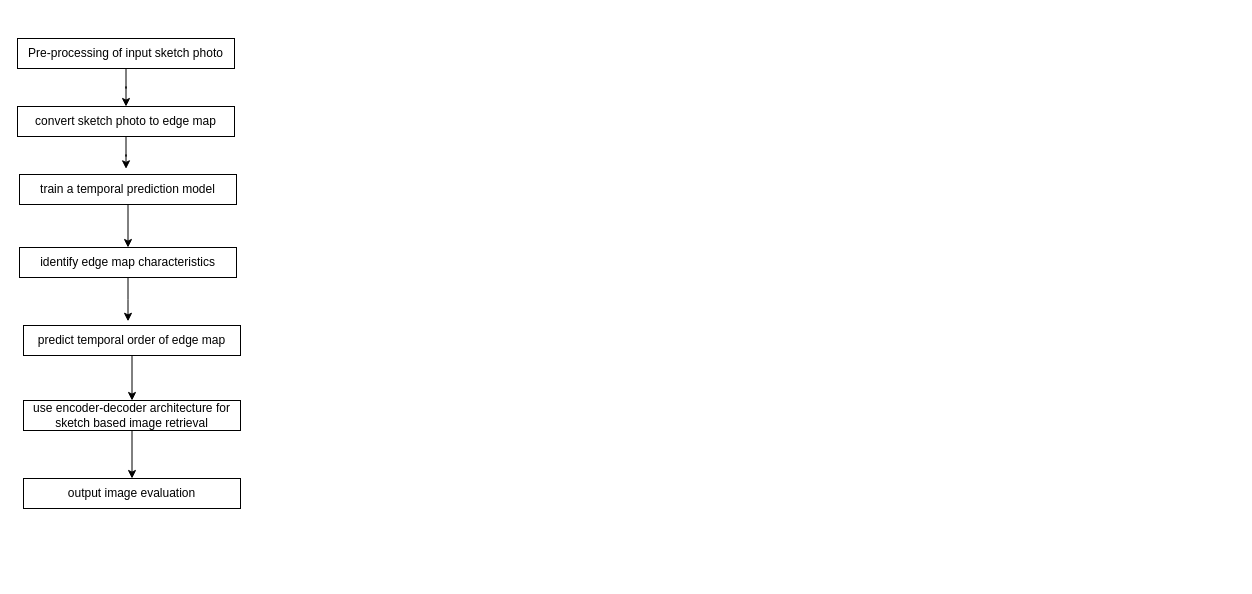
Before: sbirflowdiagramsynopsis.drawio in filzahamjad/DataminingSynopsis_Figures, a draw.io diagram. Source tidied: cells renumbered, new cells numbered last; positions are measured from the earlier drawing's top-left corner, leaving out a move shared by most shapes. Both pictures are drawn from the tidied source at 100%, with x=0, y=0 at pixel (17, 38). Pictures stored in the file or linked from it are replaced by grey dashed boxes.
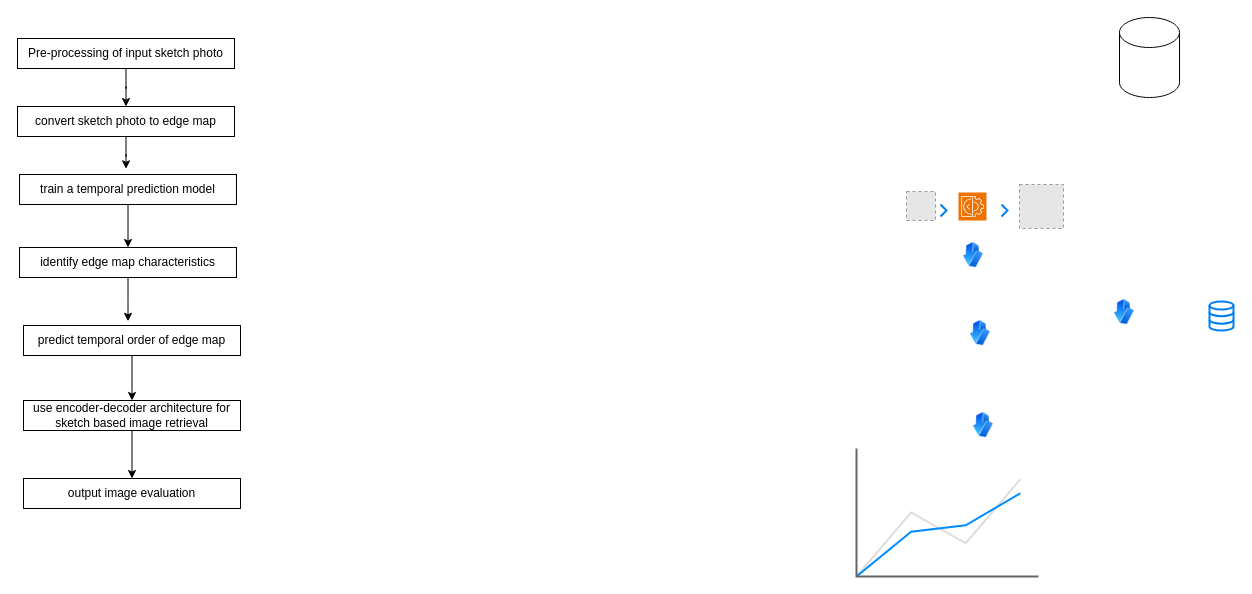
The same page after the edit.

The edit, as a diff of the source:
```diff
@@
+    <mxCell id="15" style="verticalLabelPosition=bottom;shadow=0;dashed=0;align=center;html=1;verticalAlign=top;strokeWidth=1;shape=mxgraph.mockup.graphics.lineChart;strokeColor=none;strokeColor2=#666666;strokeColor3=#008cff;strokeColor4=#dddddd;" parent="1" vertex="1">
+      <mxGeometry x="839" y="410" width="182" height="128" as="geometry" />
+    </mxCell>
+    <mxCell id="16" style="fillColor=#E6E6E6;strokeColor=#999999;dashed=1;html=1;verticalAlign=top;verticalLabelPosition=bottom;labelBackgroundColor=#ffffff;" parent="1" vertex="1">
+      <mxGeometry x="889" y="153" width="29" height="29" as="geometry" />
+    </mxCell>
+    <mxCell id="17" style="fillColor=#E6E6E6;strokeColor=#999999;dashed=1;html=1;verticalAlign=top;verticalLabelPosition=bottom;labelBackgroundColor=#ffffff;" parent="1" vertex="1">
+      <mxGeometry x="1002" y="146" width="44" height="44" as="geometry" />
+    </mxCell>
+    <mxCell id="18" style="sketch=0;fontColor=#232F3E;fillColor=#ED7100;strokeColor=#ffffff;dashed=0;verticalLabelPosition=bottom;verticalAlign=top;align=center;html=1;fontSize=12;fontStyle=0;shape=mxgraph.aws4.resourceIcon;resIcon=mxgraph.aws4.ec2_image_builder;" parent="1" vertex="1">
+      <mxGeometry x="941" y="154" width="28" height="28" as="geometry" />
+    </mxCell>
+    <mxCell id="19" style="shape=cylinder3;whiteSpace=wrap;html=1;boundedLbl=1;backgroundOutline=1;size=15;" parent="1" vertex="1">
+      <mxGeometry x="1102" y="-21" width="60" height="80" as="geometry" />
+    </mxCell>
+    <mxCell id="20" style="html=1;verticalLabelPosition=bottom;align=center;labelBackgroundColor=#ffffff;verticalAlign=top;strokeWidth=2;strokeColor=#0080F0;shadow=0;dashed=0;shape=mxgraph.ios7.icons.data;" parent="1" vertex="1">
+      <mxGeometry x="1192" y="263" width="24" height="29.1" as="geometry" />
+    </mxCell>
+    <mxCell id="21" style="html=1;verticalLabelPosition=bottom;labelBackgroundColor=#ffffff;verticalAlign=top;shadow=0;dashed=0;strokeWidth=2;shape=mxgraph.ios7.misc.right;strokeColor=#0080f0;" parent="1" vertex="1">
+      <mxGeometry x="923" y="166" width="6" height="12" as="geometry" />
+    </mxCell>
+    <mxCell id="22" style="html=1;verticalLabelPosition=bottom;labelBackgroundColor=#ffffff;verticalAlign=top;shadow=0;dashed=0;strokeWidth=2;shape=mxgraph.ios7.misc.right;strokeColor=#0080f0;" parent="1" vertex="1">
+      <mxGeometry x="984" y="166" width="6" height="12" as="geometry" />
+    </mxCell>
+    <mxCell id="23" style="image;html=1;image=img/lib/clip_art/finance/Arrow_Up_128x128.png;direction=west;" parent="1" vertex="1">
+      <mxGeometry x="945" y="192" width="20" height="47" as="geometry" />
+    </mxCell>
+    <mxCell id="24" style="image;html=1;image=img/lib/clip_art/finance/Arrow_Up_128x128.png;direction=west;" parent="1" vertex="1">
+      <mxGeometry x="1096" y="249" width="20" height="47" as="geometry" />
+    </mxCell>
+    <mxCell id="25" style="image;html=1;image=img/lib/clip_art/finance/Arrow_Up_128x128.png;direction=west;" parent="1" vertex="1">
+      <mxGeometry x="952" y="270" width="20" height="47" as="geometry" />
+    </mxCell>
+    <mxCell id="26" style="image;html=1;image=img/lib/clip_art/finance/Arrow_Up_128x128.png;direction=west;" parent="1" vertex="1">
+      <mxGeometry x="955" y="362" width="20" height="47" as="geometry" />
+    </mxCell>
```
